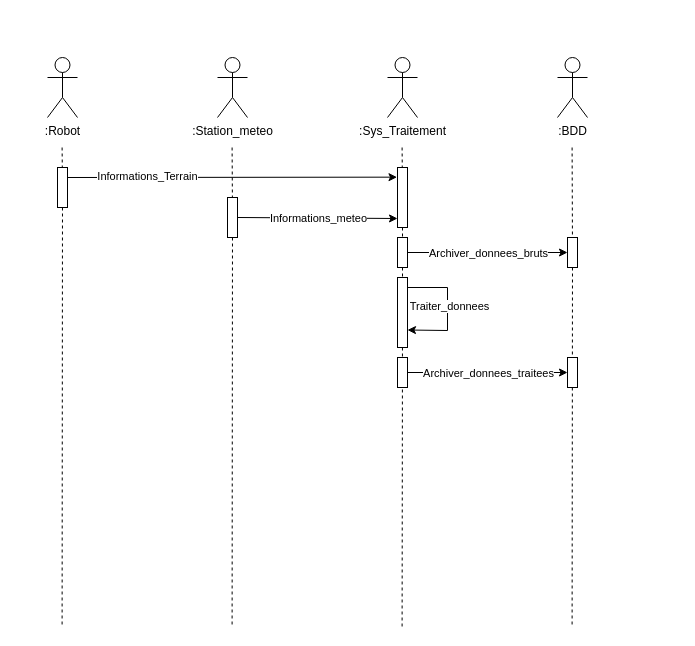
ToGen49/Hippodrome keeps this draw.io diagram as SYSML/D-Sequence_ActualiserDonnees-F1.drawio. Above is the earlier version. Source tidied: cells renumbered, new cells numbered last; positions are measured from the earlier drawing's top-left corner, leaving out a move shared by most shapes. Both pictures are drawn from the tidied source at 100%, with x=0, y=0 at pixel (47, 57).
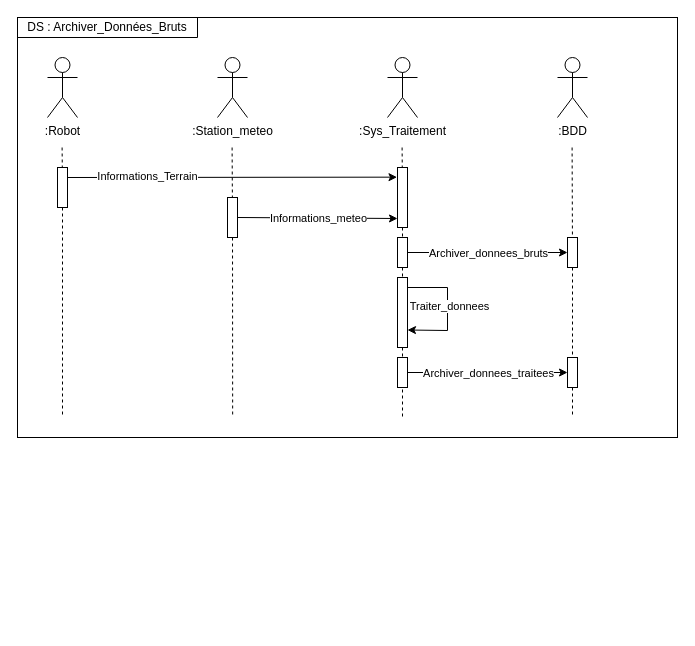
The same page after the edit.

Commit message:
Mettre à jour D-Sequence_ActualiserDonnees-F1.drawio

Unchanged cells that the change refers to:
```xml
<mxCell id="11" style="rounded=0;whiteSpace=wrap;html=1;" parent="1" vertex="1">
  <mxGeometry x="10" y="110" width="10" height="40" as="geometry" />
</mxCell>
<mxCell id="17" style="rounded=0;whiteSpace=wrap;html=1;" parent="1" vertex="1">
  <mxGeometry x="180" y="140" width="10" height="40" as="geometry" />
</mxCell>
<mxCell id="23" style="rounded=0;whiteSpace=wrap;html=1;" parent="1" vertex="1">
  <mxGeometry x="520" y="180" width="10" height="30" as="geometry" />
</mxCell>
<mxCell id="31" style="rounded=0;whiteSpace=wrap;html=1;" parent="1" vertex="1">
  <mxGeometry x="350" y="220" width="10" height="70" as="geometry" />
</mxCell>
```

What changed in the source:
```diff
@@
+    <mxCell id="34" style="rounded=0;whiteSpace=wrap;html=1;" parent="1" vertex="1">
+      <mxGeometry x="-30" y="-40" width="660" height="420" as="geometry" />
+    </mxCell>
@@
     <mxCell id="6" style="endArrow=none;dashed=1;html=1;rounded=0;" parent="1" edge="1" source="11">
       <mxGeometry relative="1" as="geometry">
-        <mxPoint x="14.6" y="570" as="targetPoint" />
+        <mxPoint x="15" y="360" as="targetPoint" />
       </mxGeometry>
     </mxCell>
     <mxCell id="7" style="endArrow=none;dashed=1;html=1;rounded=0;" parent="1" edge="1" source="23">
       <mxGeometry relative="1" as="geometry">
-        <mxPoint x="524.6" y="570" as="targetPoint" />
+        <mxPoint x="525" y="360" as="targetPoint" />
       </mxGeometry>
     </mxCell>
     <mxCell id="8" style="endArrow=none;dashed=1;html=1;rounded=0;" parent="1" edge="1" source="31">
       <mxGeometry relative="1" as="geometry">
-        <mxPoint x="354.6" y="570" as="targetPoint" />
+        <mxPoint x="355" y="360" as="targetPoint" />
       </mxGeometry>
     </mxCell>
-    <mxCell id="9" style="endArrow=none;dashed=1;html=1;rounded=0;" parent="1" edge="1" source="17">
-      <mxGeometry relative="1" as="geometry">
-        <mxPoint x="184.6" y="570" as="targetPoint" />
-      </mxGeometry>
+    <mxCell id="9" style="endArrow=none;dashed=1;html=1;rounded=0;entryX=0.326;entryY=0.952;entryDx=0;entryDy=0;entryPerimeter=0;" parent="1" edge="1" source="17" target="34">
+      <mxGeometry relative="1" as="geometry" />
     </mxCell>
@@
+    <mxCell id="35" value="DS : Archiver_Données_Bruts" style="shape=partialRectangle;whiteSpace=wrap;html=1;top=0;left=0;fillColor=none;" parent="1" vertex="1">
+      <mxGeometry x="-30" y="-40" width="180" height="20" as="geometry" />
+    </mxCell>
```
